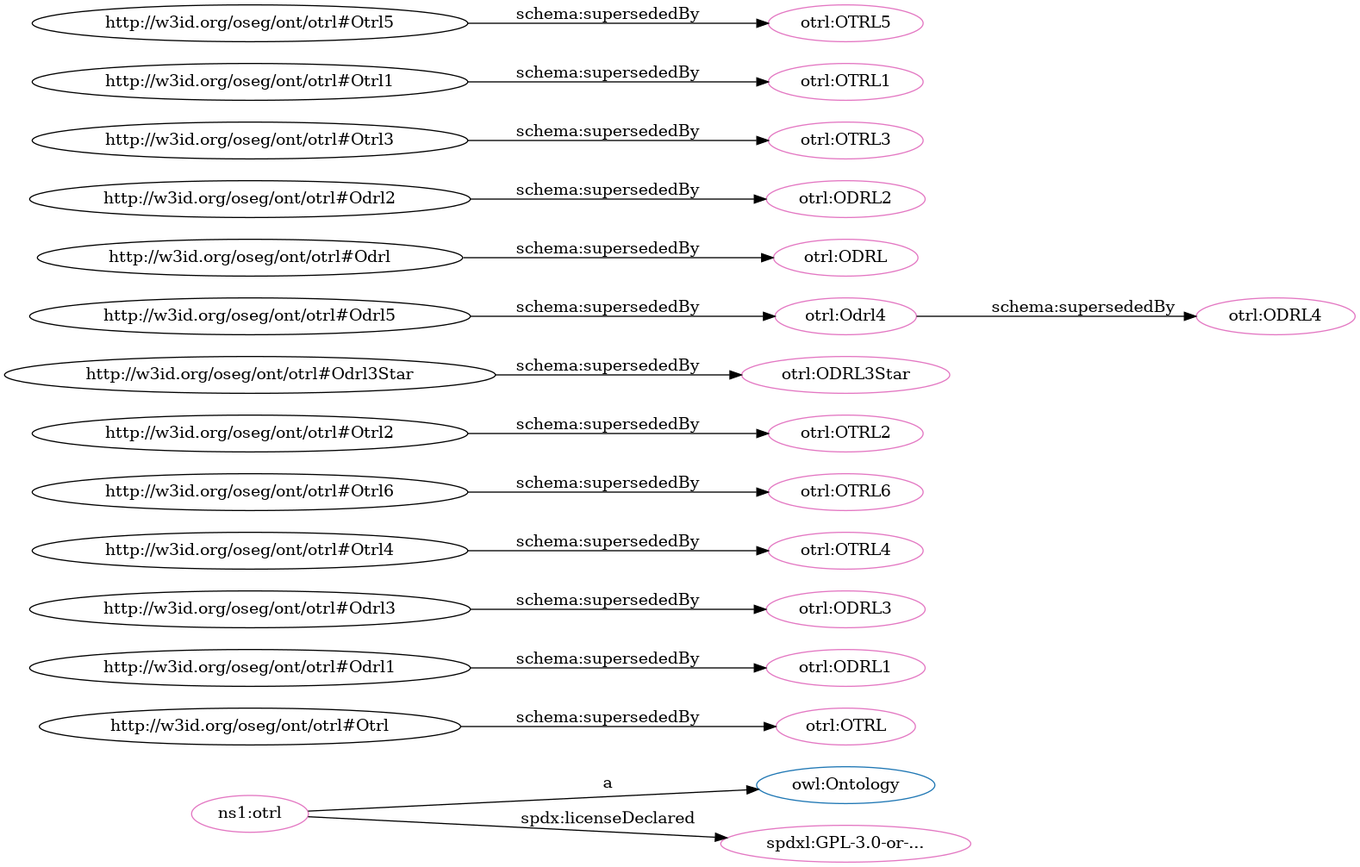
The Graphviz diagram src/spec/dot_otrl_deprecated.png in iop-alliance/OpenKnowHow, before a commit. Its source is kept beside it as src/spec/dot_otrl_deprecated.dot.
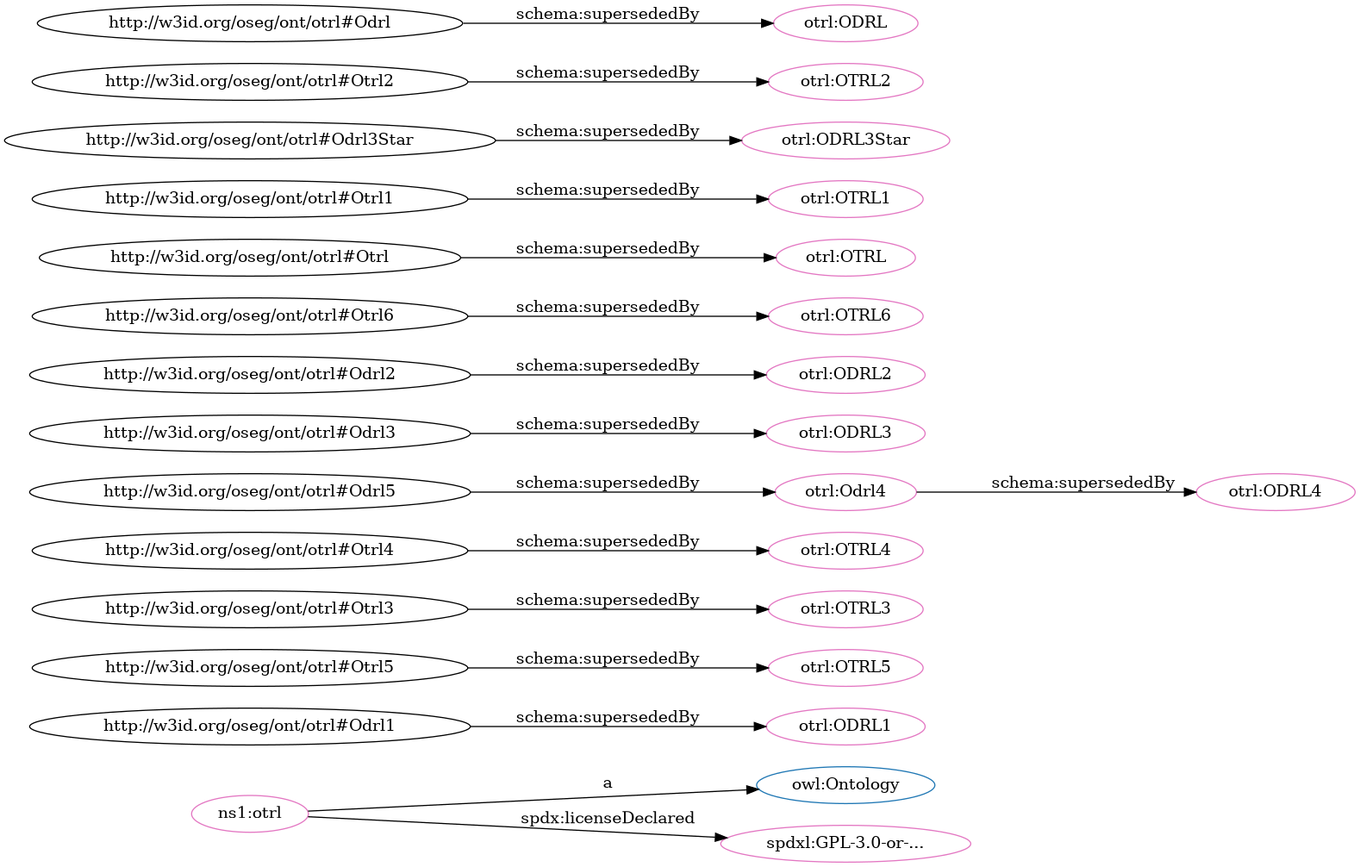
After the commit.

The edit, as a diff of the source:
```diff
@@ -2,36 +2,36 @@
   rankdir=BT
   node[height=.3]
 "http://www.w3.org/2002/07/owl#Ontology" [fillcolor="#1f77b4" color="#1f77b4" label="owl:Ontology"]
+"http://w3id.org/oseg/ont/otrl#ODRL1" [fillcolor="#e377c2" color="#e377c2" label="otrl:ODRL1"]
+"http://w3id.org/oseg/ont/otrl#OTRL5" [fillcolor="#e377c2" color="#e377c2" label="otrl:OTRL5"]
+"http://w3id.org/oseg/ont/otrl#OTRL3" [fillcolor="#e377c2" color="#e377c2" label="otrl:OTRL3"]
+"http://w3id.org/oseg/ont/otrl#OTRL4" [fillcolor="#e377c2" color="#e377c2" label="otrl:OTRL4"]
+"http://w3id.org/oseg/ont/otrl#Odrl4" [fillcolor="#e377c2" color="#e377c2" label="otrl:Odrl4"]
+"http://w3id.org/oseg/ont/otrl#ODRL3" [fillcolor="#e377c2" color="#e377c2" label="otrl:ODRL3"]
+"http://w3id.org/oseg/ont/otrl#ODRL4" [fillcolor="#e377c2" color="#e377c2" label="otrl:ODRL4"]
+"http://w3id.org/oseg/ont/otrl#ODRL2" [fillcolor="#e377c2" color="#e377c2" label="otrl:ODRL2"]
+"http://w3id.org/oseg/ont/otrl#OTRL6" [fillcolor="#e377c2" color="#e377c2" label="otrl:OTRL6"]
 "http://w3id.org/oseg/ont/otrl#OTRL" [fillcolor="#e377c2" color="#e377c2" label="otrl:OTRL"]
 "http://spdx.org/licenses/GPL-3.0-or-later" [fillcolor="#e377c2" color="#e377c2" label="spdxl:GPL-3.0-or-..."]
-"http://w3id.org/oseg/ont/otrl#ODRL1" [fillcolor="#e377c2" color="#e377c2" label="otrl:ODRL1"]
-"http://w3id.org/oseg/ont/otrl#ODRL3" [fillcolor="#e377c2" color="#e377c2" label="otrl:ODRL3"]
-"http://w3id.org/oseg/ont/otrl#OTRL4" [fillcolor="#e377c2" color="#e377c2" label="otrl:OTRL4"]
-"http://w3id.org/oseg/ont/otrl#OTRL6" [fillcolor="#e377c2" color="#e377c2" label="otrl:OTRL6"]
+"http://w3id.org/oseg/ont/otrl#OTRL1" [fillcolor="#e377c2" color="#e377c2" label="otrl:OTRL1"]
+"http://w3id.org/oseg/ont/otrl#ODRL3Star" [fillcolor="#e377c2" color="#e377c2" label="otrl:ODRL3Star"]
+"http://w3id.org/oseg/ont/otrl" [fillcolor="#e377c2" color="#e377c2" label="ns1:otrl"]
 "http://w3id.org/oseg/ont/otrl#OTRL2" [fillcolor="#e377c2" color="#e377c2" label="otrl:OTRL2"]
-"http://w3id.org/oseg/ont/otrl#ODRL3Star" [fillcolor="#e377c2" color="#e377c2" label="otrl:ODRL3Star"]
-"http://w3id.org/oseg/ont/otrl#ODRL4" [fillcolor="#e377c2" color="#e377c2" label="otrl:ODRL4"]
 "http://w3id.org/oseg/ont/otrl#ODRL" [fillcolor="#e377c2" color="#e377c2" label="otrl:ODRL"]
-"http://w3id.org/oseg/ont/otrl#ODRL2" [fillcolor="#e377c2" color="#e377c2" label="otrl:ODRL2"]
-"http://w3id.org/oseg/ont/otrl#Odrl4" [fillcolor="#e377c2" color="#e377c2" label="otrl:Odrl4"]
-"http://w3id.org/oseg/ont/otrl#OTRL3" [fillcolor="#e377c2" color="#e377c2" label="otrl:OTRL3"]
-"http://w3id.org/oseg/ont/otrl#OTRL1" [fillcolor="#e377c2" color="#e377c2" label="otrl:OTRL1"]
-"http://w3id.org/oseg/ont/otrl#OTRL5" [fillcolor="#e377c2" color="#e377c2" label="otrl:OTRL5"]
-"http://w3id.org/oseg/ont/otrl" [fillcolor="#e377c2" color="#e377c2" label="ns1:otrl"]
+  "http://w3id.org/oseg/ont/otrl#Odrl1" -> "http://w3id.org/oseg/ont/otrl#ODRL1" [label="schema:supersededBy"]
+  "http://w3id.org/oseg/ont/otrl#Otrl5" -> "http://w3id.org/oseg/ont/otrl#OTRL5" [label="schema:supersededBy"]
+  "http://w3id.org/oseg/ont/otrl#Otrl3" -> "http://w3id.org/oseg/ont/otrl#OTRL3" [label="schema:supersededBy"]
+  "http://w3id.org/oseg/ont/otrl#Otrl4" -> "http://w3id.org/oseg/ont/otrl#OTRL4" [label="schema:supersededBy"]
+  "http://w3id.org/oseg/ont/otrl#Odrl5" -> "http://w3id.org/oseg/ont/otrl#Odrl4" [label="schema:supersededBy"]
+  "http://w3id.org/oseg/ont/otrl#Odrl3" -> "http://w3id.org/oseg/ont/otrl#ODRL3" [label="schema:supersededBy"]
+  "http://w3id.org/oseg/ont/otrl#Odrl4" -> "http://w3id.org/oseg/ont/otrl#ODRL4" [label="schema:supersededBy"]
+  "http://w3id.org/oseg/ont/otrl#Odrl2" -> "http://w3id.org/oseg/ont/otrl#ODRL2" [label="schema:supersededBy"]
+  "http://w3id.org/oseg/ont/otrl#Otrl6" -> "http://w3id.org/oseg/ont/otrl#OTRL6" [label="schema:supersededBy"]
+  "http://w3id.org/oseg/ont/otrl#Odrl" -> "http://w3id.org/oseg/ont/otrl#ODRL" [label="schema:supersededBy"]
   "http://w3id.org/oseg/ont/otrl#Otrl" -> "http://w3id.org/oseg/ont/otrl#OTRL" [label="schema:supersededBy"]
   "http://w3id.org/oseg/ont/otrl" -> "http://spdx.org/licenses/GPL-3.0-or-later" [label="spdx:licenseDeclared"]
-  "http://w3id.org/oseg/ont/otrl#Odrl1" -> "http://w3id.org/oseg/ont/otrl#ODRL1" [label="schema:supersededBy"]
-  "http://w3id.org/oseg/ont/otrl#Otrl4" -> "http://w3id.org/oseg/ont/otrl#OTRL4" [label="schema:supersededBy"]
-  "http://w3id.org/oseg/ont/otrl#Odrl3" -> "http://w3id.org/oseg/ont/otrl#ODRL3" [label="schema:supersededBy"]
-  "http://w3id.org/oseg/ont/otrl#Otrl6" -> "http://w3id.org/oseg/ont/otrl#OTRL6" [label="schema:supersededBy"]
+  "http://w3id.org/oseg/ont/otrl#Otrl1" -> "http://w3id.org/oseg/ont/otrl#OTRL1" [label="schema:supersededBy"]
+  "http://w3id.org/oseg/ont/otrl#Odrl3Star" -> "http://w3id.org/oseg/ont/otrl#ODRL3Star" [label="schema:supersededBy"]
+  "http://w3id.org/oseg/ont/otrl" -> "http://www.w3.org/2002/07/owl#Ontology" [label="a"]
   "http://w3id.org/oseg/ont/otrl#Otrl2" -> "http://w3id.org/oseg/ont/otrl#OTRL2" [label="schema:supersededBy"]
-  "http://w3id.org/oseg/ont/otrl#Odrl3Star" -> "http://w3id.org/oseg/ont/otrl#ODRL3Star" [label="schema:supersededBy"]
-  "http://w3id.org/oseg/ont/otrl#Odrl4" -> "http://w3id.org/oseg/ont/otrl#ODRL4" [label="schema:supersededBy"]
-  "http://w3id.org/oseg/ont/otrl#Odrl" -> "http://w3id.org/oseg/ont/otrl#ODRL" [label="schema:supersededBy"]
-  "http://w3id.org/oseg/ont/otrl#Odrl2" -> "http://w3id.org/oseg/ont/otrl#ODRL2" [label="schema:supersededBy"]
-  "http://w3id.org/oseg/ont/otrl#Otrl3" -> "http://w3id.org/oseg/ont/otrl#OTRL3" [label="schema:supersededBy"]
-  "http://w3id.org/oseg/ont/otrl#Odrl5" -> "http://w3id.org/oseg/ont/otrl#Odrl4" [label="schema:supersededBy"]
-  "http://w3id.org/oseg/ont/otrl#Otrl1" -> "http://w3id.org/oseg/ont/otrl#OTRL1" [label="schema:supersededBy"]
-  "http://w3id.org/oseg/ont/otrl#Otrl5" -> "http://w3id.org/oseg/ont/otrl#OTRL5" [label="schema:supersededBy"]
-  "http://w3id.org/oseg/ont/otrl" -> "http://www.w3.org/2002/07/owl#Ontology" [label="a"]
 }
```
